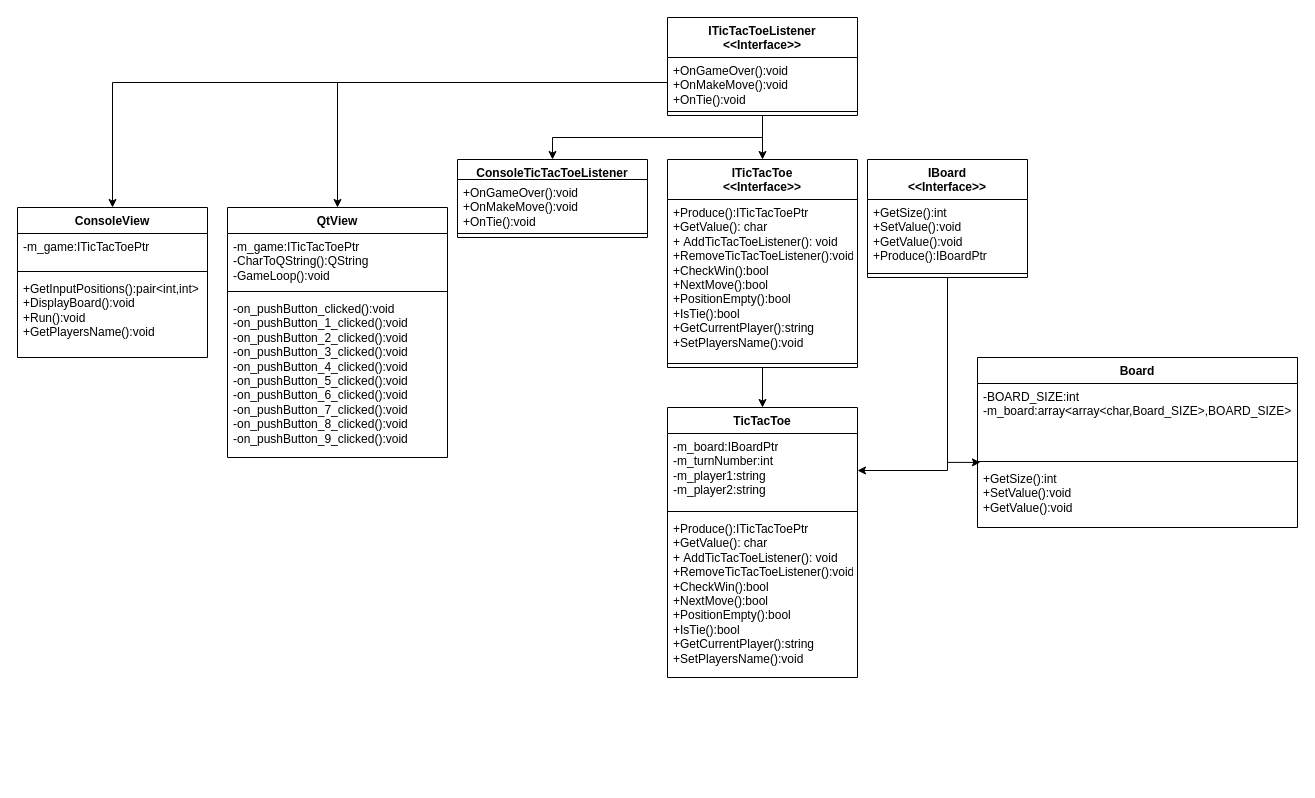
Before: Documentatie si diagarama/diagramaXO.drawio in AlexN287/Design-Patterns, a draw.io diagram. Source tidied: cells renumbered, new cells numbered last; positions are measured from the earlier drawing's top-left corner, leaving out a move shared by most shapes. Both pictures are drawn from the tidied source at 100%, with x=0, y=0 at pixel (17, 17).
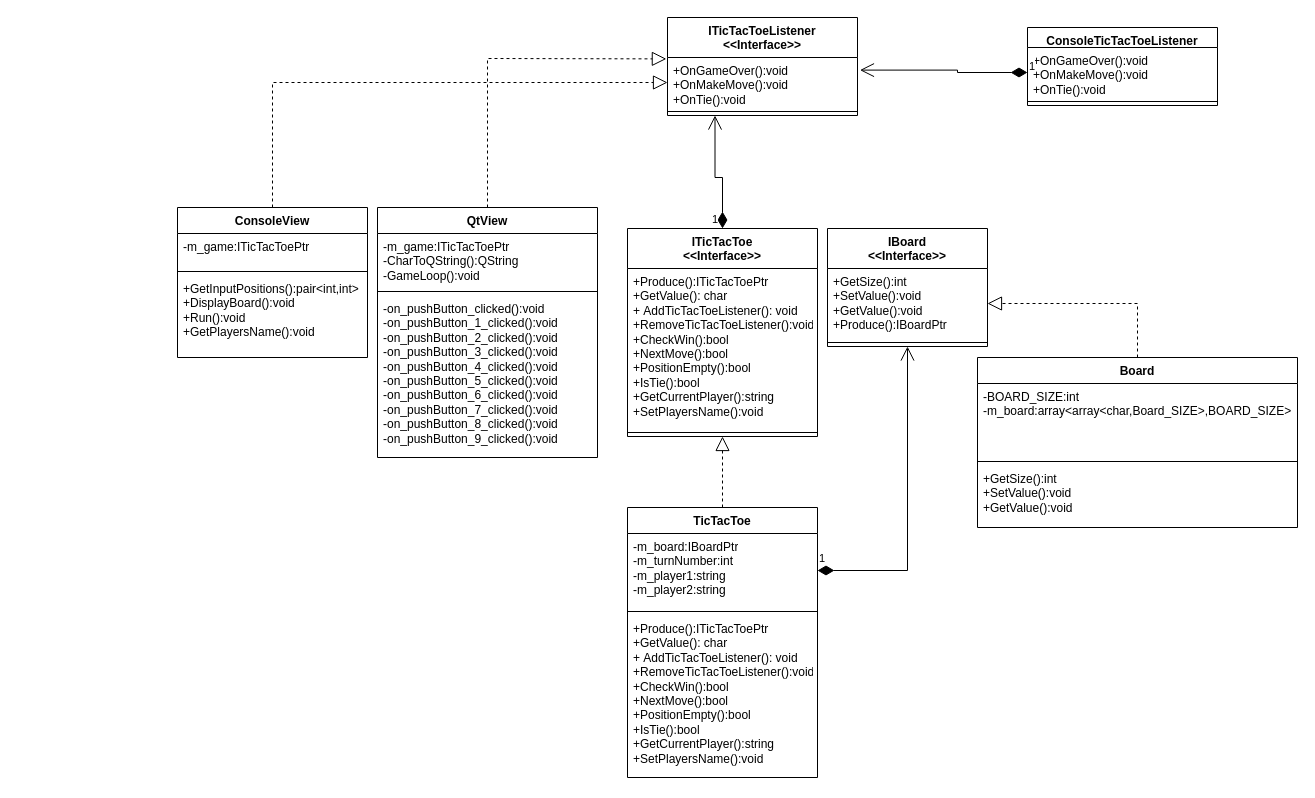
The same diagram, later.

Commit message:
Remade the UML diagaram

Unchanged cells that the change refers to:
```xml
<mxCell id="7" value="-m_board:IBoardPtr&lt;br&gt;-m_turnNumber:int&lt;br&gt;-m_player1:string&lt;br&gt;-m_player2:string" style="text;strokeColor=none;fillColor=none;align=left;verticalAlign=top;spacingLeft=4;spacingRight=4;overflow=hidden;points=[[0,0.5],[1,0.5]];portConstraint=eastwest;whiteSpace=wrap;html=1;" parent="6" vertex="1">
  <mxGeometry y="26" width="190" height="74" as="geometry" />
</mxCell>
<mxCell id="13" value="+GetSize():int&lt;br&gt;+SetValue():void&lt;br&gt;+GetValue():void&lt;br&gt;+Produce():IBoardPtr" style="text;strokeColor=none;fillColor=none;align=left;verticalAlign=top;spacingLeft=4;spacingRight=4;overflow=hidden;points=[[0,0.5],[1,0.5]];portConstraint=eastwest;whiteSpace=wrap;html=1;" parent="12" vertex="1">
  <mxGeometry y="40" width="160" height="70" as="geometry" />
</mxCell>
<mxCell id="15" value="Board" style="swimlane;fontStyle=1;align=center;verticalAlign=top;horizontal=1;startSize=26;whiteSpace=wrap;html=1;" parent="1" vertex="1">
  <mxGeometry x="960" y="340" width="320" height="170" as="geometry" />
</mxCell>
<mxCell id="16" value="-BOARD_SIZE:int&lt;br&gt;-m_board:array&amp;lt;array&amp;lt;char,Board_SIZE&amp;gt;,BOARD_SIZE&amp;gt;" style="text;strokeColor=none;fillColor=none;align=left;verticalAlign=top;spacingLeft=4;spacingRight=4;overflow=hidden;points=[[0,0.5],[1,0.5]];portConstraint=eastwest;whiteSpace=wrap;html=1;" parent="15" vertex="1">
  <mxGeometry y="26" width="320" height="74" as="geometry" />
</mxCell>
<mxCell id="29" value="ITicTacToeListener&lt;br&gt;&amp;lt;&amp;lt;Interface&amp;gt;&amp;gt;" style="swimlane;fontStyle=1;align=center;verticalAlign=top;horizontal=1;startSize=40;whiteSpace=wrap;html=1;" parent="1" vertex="1">
  <mxGeometry x="650" width="190" height="98" as="geometry" />
</mxCell>
<mxCell id="30" value="+OnGameOver():void&lt;br&gt;+OnMakeMove():void&lt;br&gt;+OnTie():void" style="text;strokeColor=none;fillColor=none;align=left;verticalAlign=top;spacingLeft=4;spacingRight=4;overflow=hidden;points=[[0,0.5],[1,0.5]];portConstraint=eastwest;whiteSpace=wrap;html=1;" parent="29" vertex="1">
  <mxGeometry y="40" width="190" height="50" as="geometry" />
</mxCell>
<mxCell id="33" value="+OnGameOver():void&lt;br&gt;+OnMakeMove():void&lt;br&gt;+OnTie():void" style="text;strokeColor=none;fillColor=none;align=left;verticalAlign=top;spacingLeft=4;spacingRight=4;overflow=hidden;points=[[0,0.5],[1,0.5]];portConstraint=eastwest;whiteSpace=wrap;html=1;" parent="32" vertex="1">
  <mxGeometry y="20" width="190" height="50" as="geometry" />
</mxCell>
```

Change to the diagram source:
```diff
@@
-    <mxCell id="2" style="edgeStyle=orthogonalEdgeStyle;rounded=0;jettySize=auto;html=1;exitX=0.5;exitY=1;exitDx=0;exitDy=0;entryX=0.5;entryY=0;entryDx=0;entryDy=0;" parent="1" edge="1" source="3" target="6">
-      <mxGeometry relative="1" as="geometry" />
-    </mxCell>
     <mxCell id="3" value="ITicTacToe&lt;br&gt;&amp;lt;&amp;lt;Interface&amp;gt;&amp;gt;" style="swimlane;fontStyle=1;align=center;verticalAlign=top;horizontal=1;startSize=40;whiteSpace=wrap;html=1;" parent="1" vertex="1">
-      <mxGeometry x="650" y="142" width="190" height="208" as="geometry" />
+      <mxGeometry x="610" y="211" width="190" height="208" as="geometry" />
     </mxCell>
@@
     <mxCell id="6" value="TicTacToe" style="swimlane;fontStyle=1;align=center;verticalAlign=top;horizontal=1;startSize=26;whiteSpace=wrap;html=1;" parent="1" vertex="1">
-      <mxGeometry x="650" y="390" width="190" height="270" as="geometry" />
+      <mxGeometry x="610" y="490" width="190" height="270" as="geometry" />
     </mxCell>
@@
-    <mxCell id="10" style="edgeStyle=orthogonalEdgeStyle;rounded=0;jettySize=auto;html=1;entryX=1;entryY=0.5;entryDx=0;entryDy=0;" parent="1" edge="1" source="12" target="7">
-      <mxGeometry relative="1" as="geometry" />
-    </mxCell>
-    <mxCell id="11" style="edgeStyle=orthogonalEdgeStyle;rounded=0;jettySize=auto;html=1;entryX=0.009;entryY=1.066;entryDx=0;entryDy=0;entryPerimeter=0;" parent="1" edge="1" source="12" target="16">
-      <mxGeometry relative="1" as="geometry" />
-    </mxCell>
     <mxCell id="12" value="IBoard&lt;br style=&quot;border-color: var(--border-color); padding: 0px; margin: 0px; font-weight: 400;&quot;&gt;&amp;lt;&amp;lt;Interface&amp;gt;&amp;gt;" style="swimlane;fontStyle=1;align=center;verticalAlign=top;horizontal=1;startSize=40;whiteSpace=wrap;html=1;" parent="1" vertex="1">
-      <mxGeometry x="850" y="142" width="160" height="118" as="geometry" />
+      <mxGeometry x="810" y="211" width="160" height="118" as="geometry" />
     </mxCell>
@@
     <mxCell id="19" value="ConsoleView" style="swimlane;fontStyle=1;align=center;verticalAlign=top;horizontal=1;startSize=26;whiteSpace=wrap;html=1;" parent="1" vertex="1">
-      <mxGeometry y="190" width="190" height="150" as="geometry" />
+      <mxGeometry x="160" y="190" width="190" height="150" as="geometry" />
     </mxCell>
@@
     <mxCell id="23" value="QtView" style="swimlane;fontStyle=1;align=center;verticalAlign=top;horizontal=1;startSize=26;whiteSpace=wrap;html=1;" parent="1" vertex="1">
-      <mxGeometry x="210" y="190" width="220" height="250" as="geometry" />
+      <mxGeometry x="360" y="190" width="220" height="250" as="geometry" />
     </mxCell>
@@
-    <mxCell id="27" style="edgeStyle=orthogonalEdgeStyle;rounded=0;jettySize=auto;html=1;entryX=0.5;entryY=0;entryDx=0;entryDy=0;" parent="1" edge="1" source="29" target="3">
-      <mxGeometry relative="1" as="geometry" />
-    </mxCell>
-    <mxCell id="28" style="edgeStyle=orthogonalEdgeStyle;rounded=0;jettySize=auto;html=1;entryX=0.5;entryY=0;entryDx=0;entryDy=0;exitX=0.5;exitY=1;exitDx=0;exitDy=0;" parent="1" edge="1" source="29" target="32">
-      <mxGeometry relative="1" as="geometry" />
-    </mxCell>
@@
     <mxCell id="32" value="ConsoleTicTacToeListener" style="swimlane;fontStyle=1;align=center;verticalAlign=top;horizontal=1;startSize=20;whiteSpace=wrap;html=1;" parent="1" vertex="1">
-      <mxGeometry x="440" y="142" width="190" height="78" as="geometry" />
+      <mxGeometry x="1010" y="10" width="190" height="78" as="geometry" />
     </mxCell>
@@
-    <mxCell id="35" style="edgeStyle=orthogonalEdgeStyle;rounded=0;jettySize=auto;html=1;entryX=0.5;entryY=0;entryDx=0;entryDy=0;" parent="1" edge="1" source="30" target="23">
-      <mxGeometry relative="1" as="geometry" />
-    </mxCell>
-    <mxCell id="36" style="edgeStyle=orthogonalEdgeStyle;rounded=0;jettySize=auto;html=1;entryX=0.5;entryY=0;entryDx=0;entryDy=0;" parent="1" edge="1" source="30" target="19">
-      <mxGeometry relative="1" as="geometry" />
-    </mxCell>
+    <mxCell id="37" style="endArrow=block;dashed=1;endFill=0;endSize=12;html=1;rounded=0;exitX=0.5;exitY=0;exitDx=0;exitDy=0;entryX=-0.006;entryY=0.028;entryDx=0;entryDy=0;entryPerimeter=0;" parent="1" edge="1" source="23" target="30">
+      <mxGeometry relative="1" as="geometry">
+        <Array as="points">
+          <mxPoint x="470" y="41" />
+        </Array>
+      </mxGeometry>
+    </mxCell>
+    <mxCell id="38" style="endArrow=block;dashed=1;endFill=0;endSize=12;html=1;rounded=0;exitX=0.5;exitY=0;exitDx=0;exitDy=0;entryX=0;entryY=0.5;entryDx=0;entryDy=0;" parent="1" edge="1" source="19" target="30">
+      <mxGeometry relative="1" as="geometry">
+        <Array as="points">
+          <mxPoint x="255" y="65" />
+        </Array>
+      </mxGeometry>
+    </mxCell>
+    <mxCell id="39" value="1" style="endArrow=open;html=1;endSize=12;startArrow=diamondThin;startSize=14;startFill=1;edgeStyle=orthogonalEdgeStyle;align=left;verticalAlign=bottom;rounded=0;exitX=0;exitY=0.5;exitDx=0;exitDy=0;entryX=1.013;entryY=0.252;entryDx=0;entryDy=0;entryPerimeter=0;" parent="1" edge="1" source="33" target="30">
+      <mxGeometry x="-1" y="3" relative="1" as="geometry">
+        <Array as="points">
+          <mxPoint x="940" y="55" />
+          <mxPoint x="940" y="53" />
+        </Array>
+      </mxGeometry>
+    </mxCell>
+    <mxCell id="40" value="1" style="endArrow=open;html=1;endSize=12;startArrow=diamondThin;startSize=14;startFill=1;edgeStyle=orthogonalEdgeStyle;align=right;verticalAlign=bottom;rounded=0;exitX=0.5;exitY=0;exitDx=0;exitDy=0;entryX=0.25;entryY=1;entryDx=0;entryDy=0;" parent="1" edge="1" source="3" target="29">
+      <mxGeometry x="-1" y="3" relative="1" as="geometry">
+        <Array as="points">
+          <mxPoint x="705" y="160" />
+          <mxPoint x="698" y="160" />
+        </Array>
+      </mxGeometry>
+    </mxCell>
+    <mxCell id="41" style="endArrow=block;dashed=1;endFill=0;endSize=12;html=1;rounded=0;entryX=0.5;entryY=1;entryDx=0;entryDy=0;exitX=0.5;exitY=0;exitDx=0;exitDy=0;" parent="1" edge="1" source="6" target="3">
+      <mxGeometry relative="1" as="geometry" />
+    </mxCell>
+    <mxCell id="42" style="endArrow=block;dashed=1;endFill=0;endSize=12;html=1;rounded=0;exitX=0.5;exitY=0;exitDx=0;exitDy=0;entryX=1;entryY=0.5;entryDx=0;entryDy=0;" parent="1" edge="1" source="15" target="13">
+      <mxGeometry relative="1" as="geometry">
+        <Array as="points">
+          <mxPoint x="1120" y="286" />
+        </Array>
+      </mxGeometry>
+    </mxCell>
+    <mxCell id="43" value="1" style="endArrow=open;html=1;endSize=12;startArrow=diamondThin;startSize=14;startFill=1;edgeStyle=orthogonalEdgeStyle;align=left;verticalAlign=bottom;rounded=0;entryX=0.5;entryY=1;entryDx=0;entryDy=0;exitX=1;exitY=0.5;exitDx=0;exitDy=0;" parent="1" edge="1" source="7" target="12">
+      <mxGeometry x="-1" y="3" relative="1" as="geometry">
+        <Array as="points">
+          <mxPoint x="890" y="553" />
+        </Array>
+      </mxGeometry>
+    </mxCell>
```
